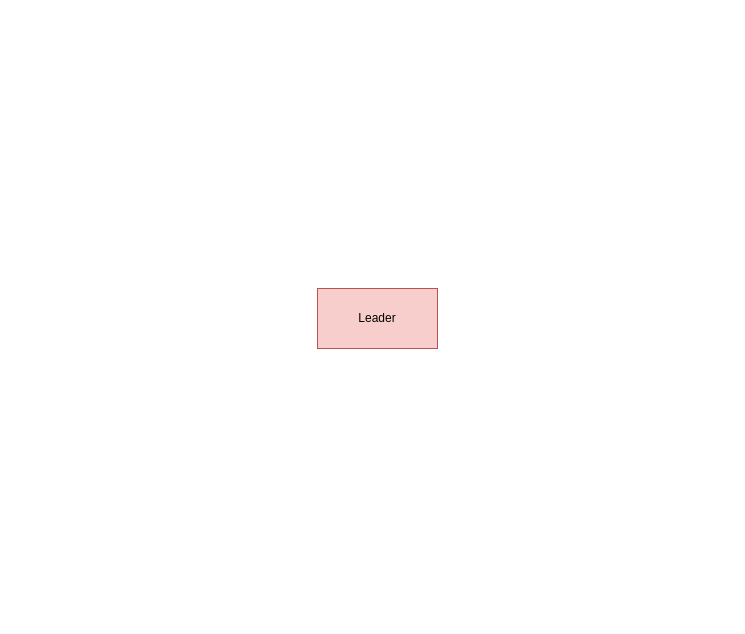
This is zookeeper/ZAB.drawio from thebesteric/draw.io, a draw.io file, before an edit. Source tidied: cells renumbered, new cells numbered last; positions are measured from the earlier drawing's top-left corner, leaving out a move shared by most shapes. Both pictures are drawn from the tidied source at 100%, with x=0, y=0 at pixel (317, 288).
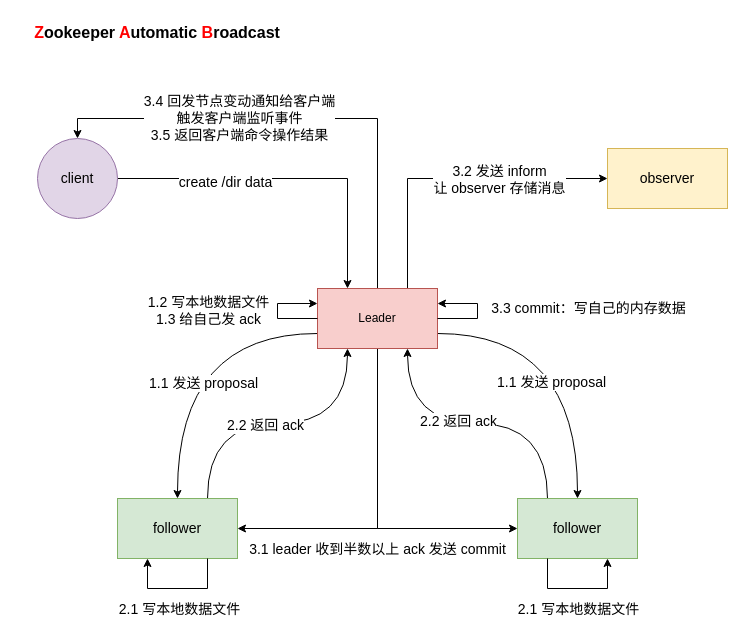
The same diagram, later.

The change refers to these unchanged cells:
```xml
<mxCell id="2" value="Leader" style="rounded=0;whiteSpace=wrap;html=1;fillColor=#f8cecc;strokeColor=#b85450;" parent="1" vertex="1">
  <mxGeometry width="120" height="60" as="geometry" />
</mxCell>
```

Diff of the diagram source:
```diff
@@
+    <mxCell id="3" style="edgeStyle=orthogonalEdgeStyle;curved=1;rounded=0;jettySize=auto;html=1;exitX=0;exitY=0.75;exitDx=0;exitDy=0;fontFamily=Helvetica;fontSize=14;fontColor=#FF0000;startArrow=none;startFill=0;strokeColor=#000000;" parent="1" edge="1" source="2" target="16">
+      <mxGeometry relative="1" as="geometry" />
+    </mxCell>
+    <mxCell id="4" value="1.1 发送 proposal&amp;nbsp;" style="edgeLabel;html=1;align=center;verticalAlign=middle;fontSize=14;fontFamily=Helvetica;fontColor=#000000;" parent="3" vertex="1">
+      <mxGeometry x="0.24" y="27" relative="1" as="geometry" />
+    </mxCell>
+    <mxCell id="5" style="edgeStyle=orthogonalEdgeStyle;curved=1;rounded=0;jettySize=auto;html=1;exitX=1;exitY=0.75;exitDx=0;exitDy=0;fontFamily=Helvetica;fontSize=14;fontColor=#FF0000;startArrow=none;startFill=0;strokeColor=#000000;" parent="1" edge="1" source="2" target="19">
+      <mxGeometry relative="1" as="geometry" />
+    </mxCell>
+    <mxCell id="6" value="1.1 发送 proposal&amp;nbsp;" style="edgeLabel;html=1;align=center;verticalAlign=middle;fontSize=14;fontFamily=Helvetica;fontColor=#000000;" parent="5" vertex="1">
+      <mxGeometry x="0.23" y="-25" relative="1" as="geometry" />
+    </mxCell>
+    <mxCell id="7" style="rounded=0;jettySize=auto;html=1;exitX=0.5;exitY=1;exitDx=0;exitDy=0;entryX=1;entryY=0.5;entryDx=0;entryDy=0;fontFamily=Helvetica;fontSize=14;fontColor=#000000;startArrow=none;startFill=0;strokeColor=#000000;edgeStyle=orthogonalEdgeStyle;" parent="1" edge="1" source="2" target="16">
+      <mxGeometry relative="1" as="geometry" />
+    </mxCell>
+    <mxCell id="8" value="3.1 leader 收到半数以上 ack 发送 commit" style="edgeLabel;html=1;align=center;verticalAlign=middle;fontSize=14;fontFamily=Helvetica;fontColor=#000000;" parent="7" vertex="1">
+      <mxGeometry x="0.23" relative="1" as="geometry">
+        <mxPoint x="16" y="20" as="offset" />
+      </mxGeometry>
+    </mxCell>
+    <mxCell id="9" style="edgeStyle=orthogonalEdgeStyle;rounded=0;jettySize=auto;html=1;exitX=0.5;exitY=1;exitDx=0;exitDy=0;entryX=0;entryY=0.5;entryDx=0;entryDy=0;fontFamily=Helvetica;fontSize=14;fontColor=#000000;startArrow=none;startFill=0;strokeColor=#000000;" parent="1" edge="1" source="2" target="19">
+      <mxGeometry relative="1" as="geometry" />
+    </mxCell>
+    <mxCell id="10" style="edgeStyle=orthogonalEdgeStyle;rounded=0;jettySize=auto;html=1;exitX=0.75;exitY=0;exitDx=0;exitDy=0;entryX=0;entryY=0.5;entryDx=0;entryDy=0;fontFamily=Helvetica;fontSize=14;fontColor=#000000;startArrow=none;startFill=0;strokeColor=#000000;" parent="1" edge="1" source="2" target="28">
+      <mxGeometry relative="1" as="geometry" />
+    </mxCell>
+    <mxCell id="11" value="3.2 发送 inform&lt;br&gt;让 observer 存储消息" style="edgeLabel;html=1;align=center;verticalAlign=middle;fontSize=14;fontFamily=Helvetica;fontColor=#000000;" parent="10" vertex="1">
+      <mxGeometry x="0.05" y="2" relative="1" as="geometry">
+        <mxPoint x="38" y="2" as="offset" />
+      </mxGeometry>
+    </mxCell>
+    <mxCell id="12" style="edgeStyle=orthogonalEdgeStyle;rounded=0;jettySize=auto;html=1;exitX=0.5;exitY=0;exitDx=0;exitDy=0;entryX=0.5;entryY=0;entryDx=0;entryDy=0;fontFamily=Helvetica;fontSize=14;fontColor=#000000;startArrow=none;startFill=0;strokeColor=#000000;" parent="1" edge="1" source="2" target="31">
+      <mxGeometry relative="1" as="geometry" />
+    </mxCell>
+    <mxCell id="13" value="3.4 回发节点变动通知给客户端&lt;br&gt;触发客户端监听事件&lt;br&gt;3.5 返回客户端命令操作结果" style="edgeLabel;html=1;align=center;verticalAlign=middle;fontSize=14;fontFamily=Helvetica;fontColor=#000000;" parent="12" vertex="1">
+      <mxGeometry x="0.46" y="-1" relative="1" as="geometry">
+        <mxPoint x="49" as="offset" />
+      </mxGeometry>
+    </mxCell>
@@
+    <mxCell id="14" style="edgeStyle=orthogonalEdgeStyle;rounded=0;jettySize=auto;html=1;exitX=0.75;exitY=0;exitDx=0;exitDy=0;entryX=0.25;entryY=1;entryDx=0;entryDy=0;fontFamily=Helvetica;fontSize=14;fontColor=#000000;startArrow=none;startFill=0;strokeColor=#000000;curved=1;" parent="1" edge="1" source="16" target="2">
+      <mxGeometry relative="1" as="geometry" />
+    </mxCell>
+    <mxCell id="15" value="2.2 返回 ack" style="edgeLabel;html=1;align=center;verticalAlign=middle;fontSize=14;fontFamily=Helvetica;fontColor=#000000;" parent="14" vertex="1">
+      <mxGeometry x="-0.09" y="-1" relative="1" as="geometry" />
+    </mxCell>
+    <mxCell id="16" value="follower" style="rounded=0;whiteSpace=wrap;html=1;fontFamily=Helvetica;fontSize=14;strokeColor=#82b366;fillColor=#d5e8d4;" parent="1" vertex="1">
+      <mxGeometry x="-200" y="210" width="120" height="60" as="geometry" />
+    </mxCell>
+    <mxCell id="17" style="edgeStyle=orthogonalEdgeStyle;curved=1;rounded=0;jettySize=auto;html=1;exitX=0.25;exitY=0;exitDx=0;exitDy=0;entryX=0.75;entryY=1;entryDx=0;entryDy=0;fontFamily=Helvetica;fontSize=14;fontColor=#000000;startArrow=none;startFill=0;strokeColor=#000000;" parent="1" edge="1" source="19" target="2">
+      <mxGeometry relative="1" as="geometry" />
+    </mxCell>
+    <mxCell id="18" value="2.2 返回 ack" style="edgeLabel;html=1;align=center;verticalAlign=middle;fontSize=14;fontFamily=Helvetica;fontColor=#000000;" parent="17" vertex="1">
+      <mxGeometry x="0.14" y="-3" relative="1" as="geometry" />
+    </mxCell>
+    <mxCell id="19" value="follower" style="rounded=0;whiteSpace=wrap;html=1;fontFamily=Helvetica;fontSize=14;strokeColor=#82b366;fillColor=#d5e8d4;" parent="1" vertex="1">
+      <mxGeometry x="200" y="210" width="120" height="60" as="geometry" />
+    </mxCell>
+    <mxCell id="20" style="edgeStyle=orthogonalEdgeStyle;rounded=0;orthogonalLoop=1;jettySize=auto;html=1;exitX=0;exitY=0.5;exitDx=0;exitDy=0;entryX=0;entryY=0.25;entryDx=0;entryDy=0;fontFamily=Helvetica;fontSize=14;fontColor=#000000;startArrow=none;startFill=0;strokeColor=#000000;" parent="1" edge="1" source="2" target="2">
+      <mxGeometry relative="1" as="geometry">
+        <Array as="points">
+          <mxPoint x="-40" y="30" />
+          <mxPoint x="-40" y="15" />
+        </Array>
+      </mxGeometry>
+    </mxCell>
+    <mxCell id="21" value="1.2 写本地数据文件&lt;br&gt;1.3 给自己发 ack" style="edgeLabel;html=1;align=center;verticalAlign=middle;fontSize=14;fontFamily=Helvetica;fontColor=#000000;" parent="20" vertex="1">
+      <mxGeometry x="0.04" y="1" relative="1" as="geometry">
+        <mxPoint x="-69" as="offset" />
+      </mxGeometry>
+    </mxCell>
+    <mxCell id="22" style="edgeStyle=orthogonalEdgeStyle;rounded=0;orthogonalLoop=1;jettySize=auto;html=1;exitX=1;exitY=0.5;exitDx=0;exitDy=0;entryX=1;entryY=0.25;entryDx=0;entryDy=0;fontFamily=Helvetica;fontSize=14;fontColor=#000000;startArrow=none;startFill=0;strokeColor=#000000;" parent="1" edge="1" source="2" target="2">
+      <mxGeometry relative="1" as="geometry">
+        <Array as="points">
+          <mxPoint x="160" y="30" />
+          <mxPoint x="160" y="15" />
+        </Array>
+      </mxGeometry>
+    </mxCell>
+    <mxCell id="23" value="3.3 commit：写自己的内存数据" style="edgeLabel;html=1;align=center;verticalAlign=middle;fontSize=14;fontFamily=Helvetica;fontColor=#000000;" parent="22" vertex="1">
+      <mxGeometry x="0.27" y="4" relative="1" as="geometry">
+        <mxPoint x="115" as="offset" />
+      </mxGeometry>
+    </mxCell>
+    <mxCell id="24" style="edgeStyle=orthogonalEdgeStyle;rounded=0;orthogonalLoop=1;jettySize=auto;html=1;exitX=0.75;exitY=1;exitDx=0;exitDy=0;entryX=0.25;entryY=1;entryDx=0;entryDy=0;fontFamily=Helvetica;fontSize=14;fontColor=#000000;startArrow=none;startFill=0;strokeColor=#000000;" parent="1" edge="1" source="16" target="16">
+      <mxGeometry relative="1" as="geometry">
+        <Array as="points">
+          <mxPoint x="-110" y="300" />
+          <mxPoint x="-170" y="300" />
+        </Array>
+      </mxGeometry>
+    </mxCell>
+    <mxCell id="25" value="2.1 写本地数据文件" style="edgeLabel;html=1;align=center;verticalAlign=middle;fontSize=14;fontFamily=Helvetica;fontColor=#000000;" parent="24" vertex="1">
+      <mxGeometry x="0.07" y="1" relative="1" as="geometry">
+        <mxPoint x="5" y="19" as="offset" />
+      </mxGeometry>
+    </mxCell>
+    <mxCell id="26" style="edgeStyle=orthogonalEdgeStyle;rounded=0;orthogonalLoop=1;jettySize=auto;html=1;exitX=0.25;exitY=1;exitDx=0;exitDy=0;entryX=0.75;entryY=1;entryDx=0;entryDy=0;fontFamily=Helvetica;fontSize=14;fontColor=#000000;startArrow=none;startFill=0;strokeColor=#000000;" parent="1" edge="1" source="19" target="19">
+      <mxGeometry relative="1" as="geometry">
+        <Array as="points">
+          <mxPoint x="230" y="300" />
+          <mxPoint x="290" y="300" />
+        </Array>
+      </mxGeometry>
+    </mxCell>
+    <mxCell id="27" value="2.1 写本地数据文件" style="edgeLabel;html=1;align=center;verticalAlign=middle;fontSize=14;fontFamily=Helvetica;fontColor=#000000;" parent="26" vertex="1">
+      <mxGeometry x="-0.25" y="2" relative="1" as="geometry">
+        <mxPoint x="15" y="22" as="offset" />
+      </mxGeometry>
+    </mxCell>
+    <mxCell id="28" value="observer" style="rounded=0;whiteSpace=wrap;html=1;fontFamily=Helvetica;fontSize=14;strokeColor=#d6b656;fillColor=#fff2cc;" parent="1" vertex="1">
+      <mxGeometry x="290" y="-140" width="120" height="60" as="geometry" />
+    </mxCell>
+    <mxCell id="29" style="edgeStyle=orthogonalEdgeStyle;rounded=0;jettySize=auto;html=1;exitX=1;exitY=0.5;exitDx=0;exitDy=0;entryX=0.25;entryY=0;entryDx=0;entryDy=0;fontFamily=Helvetica;fontSize=14;fontColor=#000000;startArrow=none;startFill=0;strokeColor=#000000;" parent="1" edge="1" source="31" target="2">
+      <mxGeometry relative="1" as="geometry" />
+    </mxCell>
+    <mxCell id="30" value="create /dir data" style="edgeLabel;html=1;align=center;verticalAlign=middle;fontSize=14;fontFamily=Helvetica;fontColor=#000000;" parent="29" vertex="1">
+      <mxGeometry x="-0.37" y="-3" relative="1" as="geometry" />
+    </mxCell>
+    <mxCell id="31" value="client" style="ellipse;whiteSpace=wrap;html=1;rounded=0;fontFamily=Helvetica;fontSize=14;strokeColor=#9673a6;fillColor=#e1d5e7;" parent="1" vertex="1">
+      <mxGeometry x="-280" y="-150" width="80" height="80" as="geometry" />
+    </mxCell>
+    <mxCell id="32" value="&lt;span style=&quot;text-align: left; font-size: 16px;&quot;&gt;&lt;b style=&quot;font-size: 16px;&quot;&gt;&lt;font color=&quot;#ff0000&quot; style=&quot;font-size: 16px;&quot;&gt;Z&lt;/font&gt;ookeeper &lt;font color=&quot;#ff0000&quot; style=&quot;font-size: 16px;&quot;&gt;A&lt;/font&gt;utomatic &lt;font color=&quot;#ff0000&quot; style=&quot;font-size: 16px;&quot;&gt;B&lt;/font&gt;roadcast&lt;/b&gt;&lt;/span&gt;" style="text;html=1;strokeColor=none;fillColor=none;align=center;verticalAlign=middle;whiteSpace=wrap;rounded=0;fontFamily=Helvetica;fontSize=16;fontColor=#000000;" parent="1" vertex="1">
+      <mxGeometry x="-300" y="-271" width="280" height="30" as="geometry" />
+    </mxCell>
```
